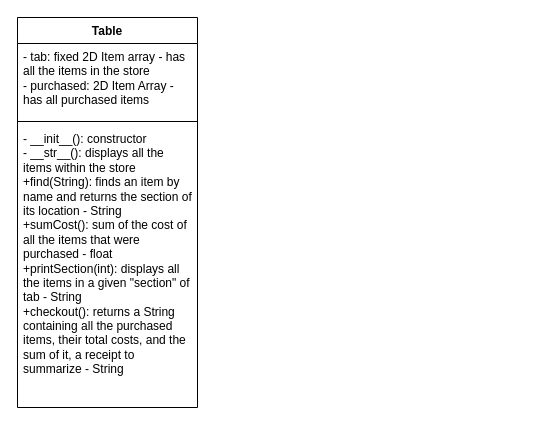
Serpent1776/code keeps this draw.io diagram as Python/Projects/Prj1/Grocery_Store.drawio. Above is the earlier version. Source tidied: cells renumbered, new cells numbered last; positions are measured from the earlier drawing's top-left corner, leaving out a move shared by most shapes. Both pictures are drawn from the tidied source at 100%, with x=0, y=0 at pixel (17, 17).
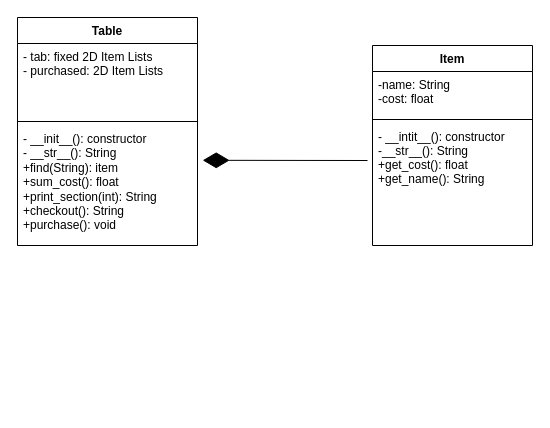
After the change.

What changed in the source:
```diff
@@
 <mxGraphModel>
   <root>
     <mxCell id="0" />
     <mxCell id="1" parent="0" />
     <mxCell id="2" value="Table" style="swimlane;fontStyle=1;align=center;verticalAlign=top;horizontal=1;startSize=26;" parent="1" vertex="1">
-      <mxGeometry width="180" height="390" as="geometry" />
+      <mxGeometry width="180" height="228" as="geometry" />
     </mxCell>
-    <mxCell id="3" value="- tab: fixed 2D Item array - has all the items in the store&#10;- purchased: 2D Item Array - has all purchased items&#10;" style="text;strokeColor=none;fillColor=none;align=left;verticalAlign=top;spacingLeft=4;spacingRight=4;overflow=hidden;whiteSpace=wrap;" parent="2" vertex="1">
+    <mxCell id="3" value="- tab: fixed 2D Item Lists&#10;- purchased: 2D Item Lists" style="text;strokeColor=none;fillColor=none;align=left;verticalAlign=top;spacingLeft=4;spacingRight=4;overflow=hidden;whiteSpace=wrap;" parent="2" vertex="1">
       <mxGeometry y="26" width="180" height="74" as="geometry" />
     </mxCell>
     <mxCell id="4" style="line;strokeWidth=1;fillColor=none;align=left;verticalAlign=middle;spacingTop=-1;spacingLeft=3;spacingRight=3;labelPosition=right;strokeColor=inherit;" parent="2" vertex="1">
       <mxGeometry y="100" width="180" height="8" as="geometry" />
     </mxCell>
-    <mxCell id="5" value="- __init__(): constructor&#10;- __str__(): displays all the items within the store&#10;+find(String): finds an item by name and returns the section of its location - String&#10;+sumCost(): sum of the cost of all the items that were purchased - float&#10;+printSection(int): displays all the items in a given &quot;section&quot; of tab - String&#10;+checkout(): returns a String containing all the purchased items, their total costs, and the sum of it, a receipt to summarize - String" style="text;strokeColor=none;fillColor=none;align=left;verticalAlign=top;spacingLeft=4;spacingRight=4;overflow=hidden;points=[[0,0.5],[1,0.5]];portConstraint=eastwest;whiteSpace=wrap;" parent="2" vertex="1">
-      <mxGeometry y="108" width="180" height="282" as="geometry" />
+    <mxCell id="5" value="- __init__(): constructor&#10;- __str__(): String&#10;+find(String): item&#10;+sum_cost(): float&#10;+print_section(int): String&#10;+checkout(): String&#10;+purchase(): void" style="text;strokeColor=none;fillColor=none;align=left;verticalAlign=top;spacingLeft=4;spacingRight=4;overflow=hidden;points=[[0,0.5],[1,0.5]];portConstraint=eastwest;whiteSpace=wrap;" parent="2" vertex="1">
+      <mxGeometry y="108" width="180" height="120" as="geometry" />
     </mxCell>
+    <mxCell id="6" value="Item" style="swimlane;fontStyle=1;align=center;verticalAlign=top;horizontal=1;startSize=26;whiteSpace=wrap;" parent="1" vertex="1">
+      <mxGeometry x="355" y="28" width="160" height="200" as="geometry" />
+    </mxCell>
+    <mxCell id="7" value="-name: String&#10;-cost: float" style="text;strokeColor=none;fillColor=none;align=left;verticalAlign=top;spacingLeft=4;spacingRight=4;overflow=hidden;whiteSpace=wrap;" parent="6" vertex="1">
+      <mxGeometry y="26" width="160" height="44" as="geometry" />
+    </mxCell>
+    <mxCell id="8" style="line;strokeWidth=1;fillColor=none;align=left;verticalAlign=middle;spacingTop=-1;spacingLeft=3;spacingRight=3;labelPosition=right;strokeColor=inherit;" parent="6" vertex="1">
+      <mxGeometry y="70" width="160" height="8" as="geometry" />
+    </mxCell>
+    <mxCell id="9" value="- __intit__(): constructor&#10;-__str__(): String&#10;+get_cost(): float&#10;+get_name(): String" style="text;strokeColor=none;fillColor=none;align=left;verticalAlign=top;spacingLeft=4;spacingRight=4;overflow=hidden;" parent="6" vertex="1">
+      <mxGeometry y="78" width="160" height="122" as="geometry" />
+    </mxCell>
+    <mxCell id="10" style="endArrow=diamondThin;endFill=1;endSize=24;html=1;entryX=1.029;entryY=0.29;entryDx=0;entryDy=0;entryPerimeter=0;" parent="1" edge="1" target="5">
+      <mxGeometry relative="1" as="geometry">
+        <mxPoint x="350" y="143" as="sourcePoint" />
+      </mxGeometry>
+    </mxCell>
   </root>
 </mxGraphModel>
```
